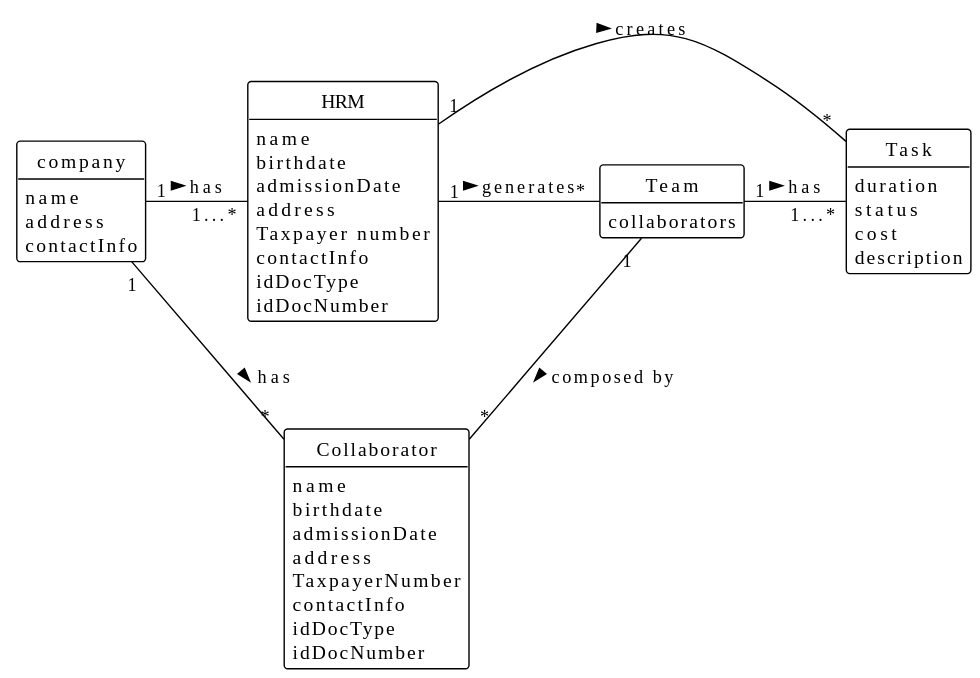
Before: docs/sprintA/us005/02.analysis/svg/005-domain-model.svg, a diagram exported from PlantUML (RicardoMorim/lapr2-ISEP-Project).
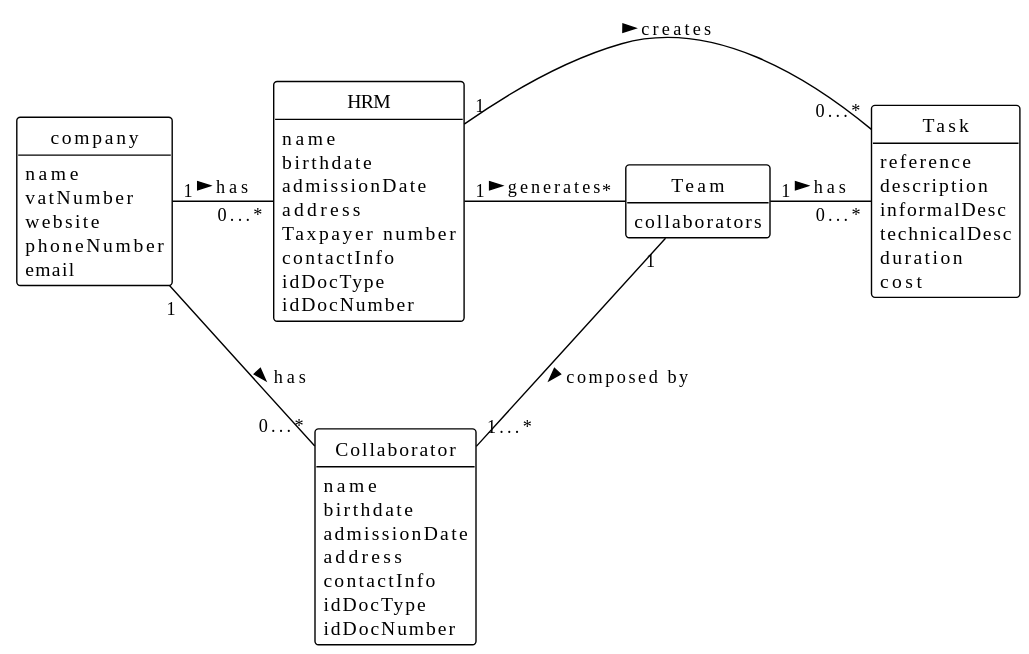
The same diagram one commit later.

Change to the diagram source:
```diff
@@ -1,15 +1,15 @@
 @startuml
 !theme plain
-
 
 hide methods
 hide circle
 
 class company{
-     name
-     address
-     contactInfo
-
+         name
+         vatNumber
+         website
+         phoneNumber
+         email
 }
 
 class Collaborator {
@@ -17,7 +17,6 @@
      birthdate
      admissionDate
      address
-     TaxpayerNumber
      contactInfo
      idDocType
      idDocNumber
@@ -39,16 +38,18 @@
 }
 
 class Task {
-    duration
-    status
-    cost
-    description
+        reference
+        description
+        informalDesc
+        technicalDesc
+        duration
+        cost
 }
 
-company "1" - "1...*" HRM : has >
-company "1" -- "*" Collaborator : has >
+company "1" - "0...*" HRM : has >
+company "1" -- "0...*" Collaborator : has >
 HRM "1" - "*" Team : generates >
-Team "1" - "*" Collaborator : composed by >
-Team "1" - "1...*" Task : has >
-HRM "1" - "*" Task : creates  >
+Team "1" - "1...*" Collaborator : composed by >
+Team "1" - "0...*" Task : has >
+HRM "1" - "0...*" Task : creates  >
 @enduml
```
